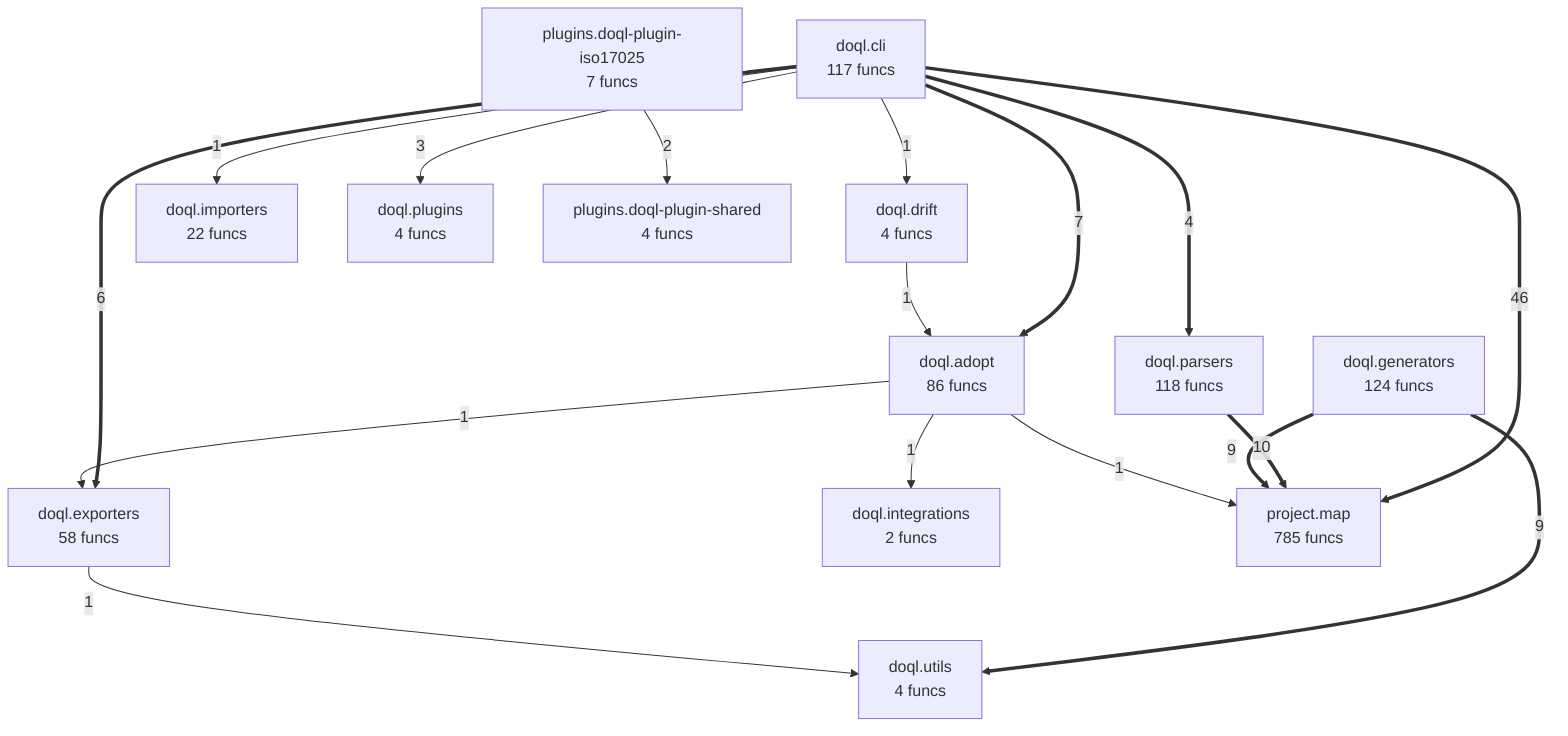
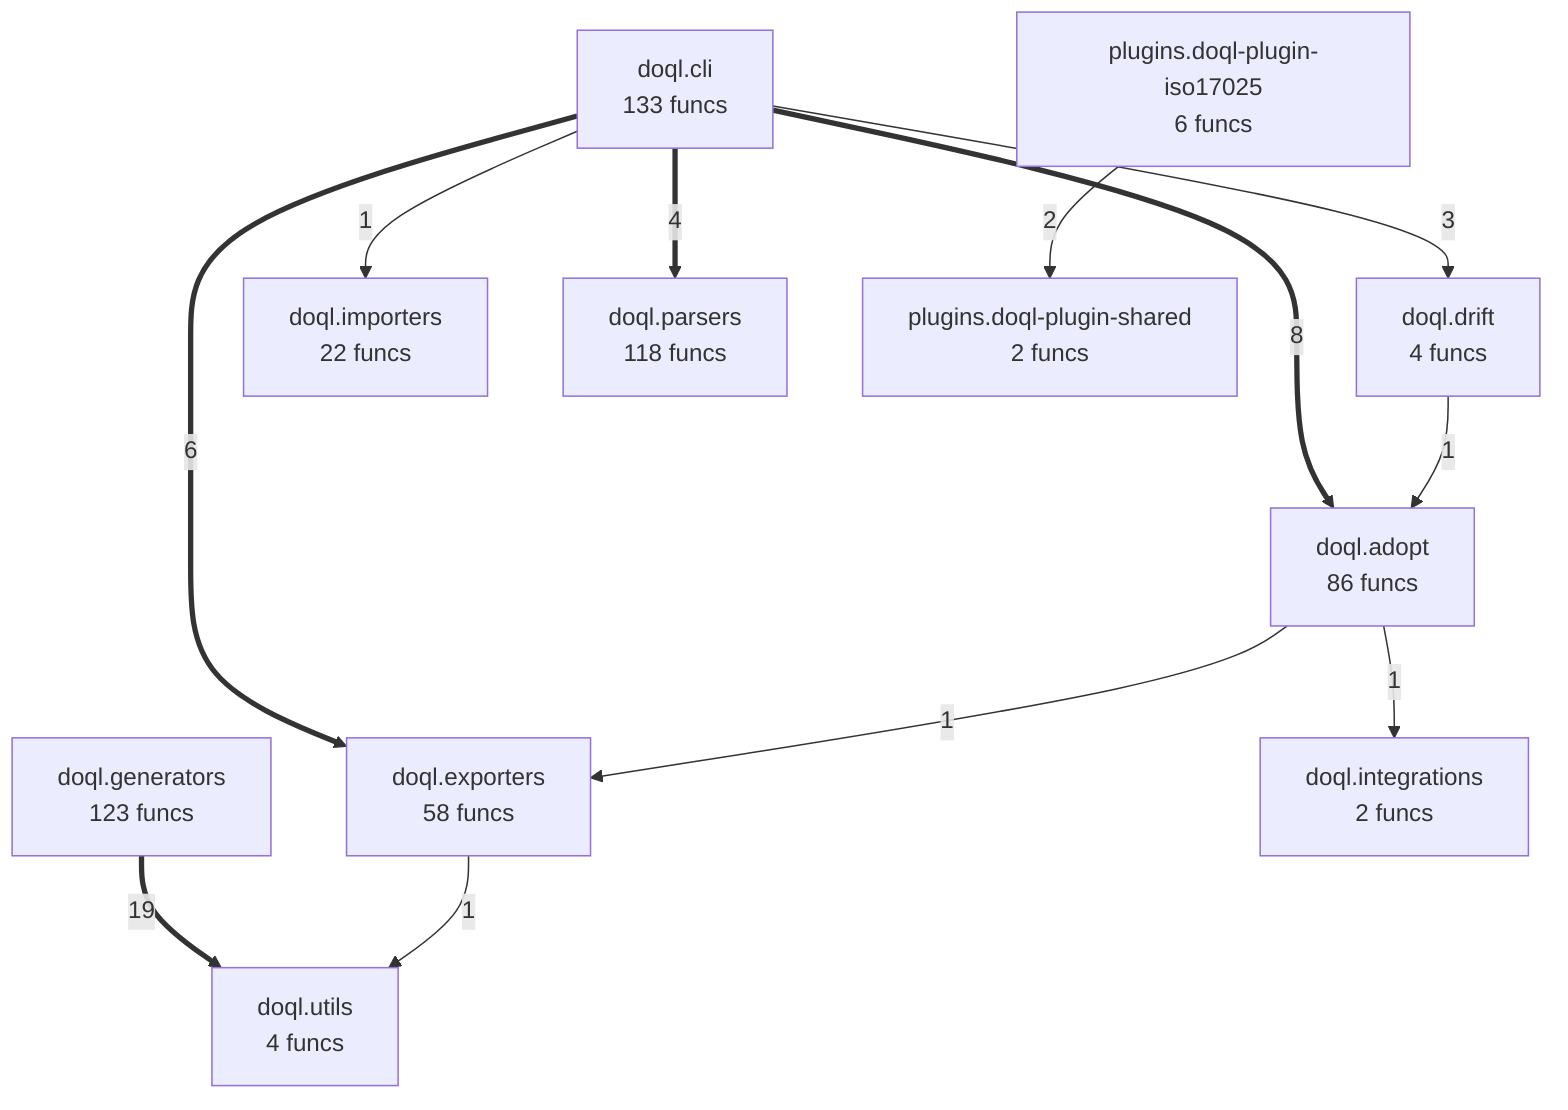
flowchart TD
+ %% generated in 0.04s
    doql__adopt["doql.adopt<br/>86 funcs"]
-     doql__cli["doql.cli<br/>117 funcs"]
+     doql__cli["doql.cli<br/>133 funcs"]
    doql__drift["doql.drift<br/>4 funcs"]
    doql__exporters["doql.exporters<br/>58 funcs"]
-     doql__generators["doql.generators<br/>124 funcs"]
+     doql__generators["doql.generators<br/>123 funcs"]
    doql__importers["doql.importers<br/>22 funcs"]
    doql__integrations["doql.integrations<br/>2 funcs"]
    doql__parsers["doql.parsers<br/>118 funcs"]
-     doql__plugins["doql.plugins<br/>4 funcs"]
    doql__utils["doql.utils<br/>4 funcs"]
-     plugins__doql_plugin_iso17025["plugins.doql-plugin-iso17025<br/>7 funcs"]
-     plugins__doql_plugin_shared["plugins.doql-plugin-shared<br/>4 funcs"]
-     project__map["project.map<br/>785 funcs"]
-     doql__cli ==>|46| project__map
-     doql__parsers ==>|10| project__map
-     doql__generators ==>|9| doql__utils
-     doql__generators ==>|9| project__map
-     doql__cli ==>|7| doql__adopt
+     plugins__doql_plugin_iso17025["plugins.doql-plugin-iso17025<br/>6 funcs"]
+     plugins__doql_plugin_shared["plugins.doql-plugin-shared<br/>2 funcs"]
+     doql__generators ==>|19| doql__utils
+     doql__cli ==>|8| doql__adopt
    doql__cli ==>|6| doql__exporters
    doql__cli ==>|4| doql__parsers
-     doql__cli -->|3| doql__plugins
+     doql__cli -->|3| doql__drift
    plugins__doql_plugin_iso17025 -->|2| plugins__doql_plugin_shared
    doql__drift -->|1| doql__adopt
    doql__cli -->|1| doql__importers
    doql__exporters -->|1| doql__utils
    doql__adopt -->|1| doql__exporters
    doql__adopt -->|1| doql__integrations
-     doql__adopt -->|1| project__map
-     doql__cli -->|1| doql__drift
